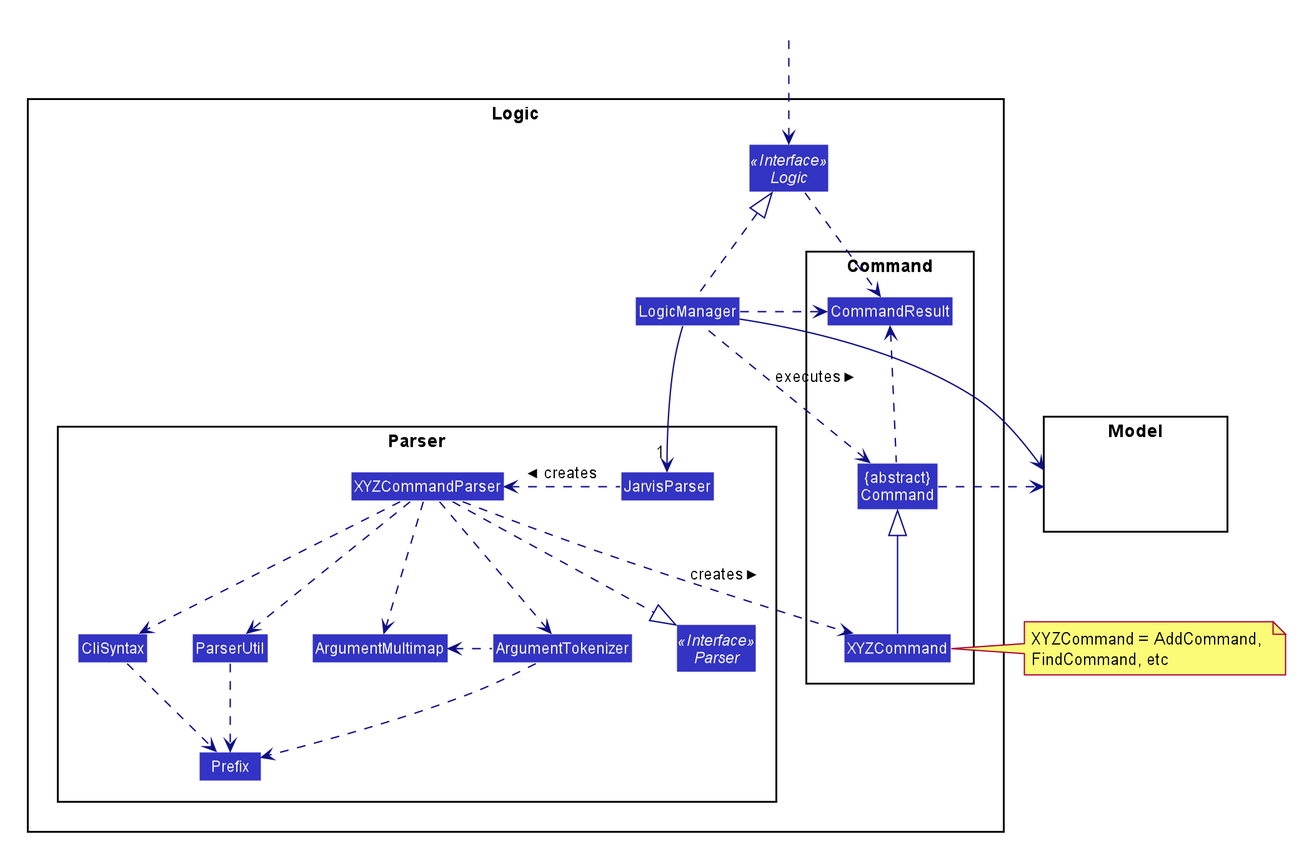
This is docs/images/LogicClassDiagram.png from nus-cs2103-AY1920S1/addressbook-level3, a PlantUML export, as it was before one commit. Its diagram source:
```plantuml
@startuml








skinparam BackgroundColor #FFFFFFF

skinparam Shadowing false

skinparam Class {
    FontColor #FFFFFF
    BorderThickness 1
    BorderColor #FFFFFF
    StereotypeFontColor #FFFFFF
    FontName Arial
}

skinparam Actor {
    BorderColor #000000
    Color #000000
    FontName Arial
}

skinparam Sequence {
    MessageAlign center
    BoxFontSize 15
    BoxPadding 0
    BoxFontColor #FFFFFF
    FontName Arial
}

skinparam Participant {
    FontColor #FFFFFFF
    Padding 20
}

skinparam MinClassWidth 50
skinparam ParticipantPadding 10
skinparam Shadowing false
skinparam DefaultTextAlignment center
skinparam packageStyle Rectangle

hide footbox
hide members
hide circle
skinparam arrowThickness 1.1
skinparam arrowColor #101086
skinparam classBackgroundColor #3333C4

package Logic {

package Parser {
Interface Parser <<Interface>>
Class JarvisParser
Class XYZCommandParser
Class CliSyntax
Class ParserUtil
Class ArgumentMultimap
Class ArgumentTokenizer
Class Prefix
}

package Command {
Class XYZCommand
Class CommandResult
Class "{abstract}\nCommand" as Command
}

Interface Logic <<Interface>>
Class LogicManager
}

package Model{
Class HiddenModel #FFFFFF
}

Class HiddenOutside #FFFFFF
HiddenOutside ..> Logic

LogicManager .up.|> Logic
LogicManager -->"1" JarvisParser
JarvisParser .left.> XYZCommandParser: creates >

XYZCommandParser ..> XYZCommand : creates >
XYZCommandParser ..|> Parser
XYZCommandParser ..> ArgumentMultimap
XYZCommandParser ..> ArgumentTokenizer
ArgumentTokenizer .left.> ArgumentMultimap
XYZCommandParser ..> CliSyntax
CliSyntax ..> Prefix
XYZCommandParser ..> ParserUtil
ParserUtil .down.> Prefix
ArgumentTokenizer .down.> Prefix
XYZCommand -up-|> Command
LogicManager .left.> Command : executes >

LogicManager --> Model
Command .right.> Model
note right of XYZCommand: XYZCommand = AddCommand, \nFindCommand, etc

Logic ..> CommandResult
LogicManager .down.> CommandResult
Command .up.> CommandResult
CommandResult -[hidden]-> Parser
@enduml
```
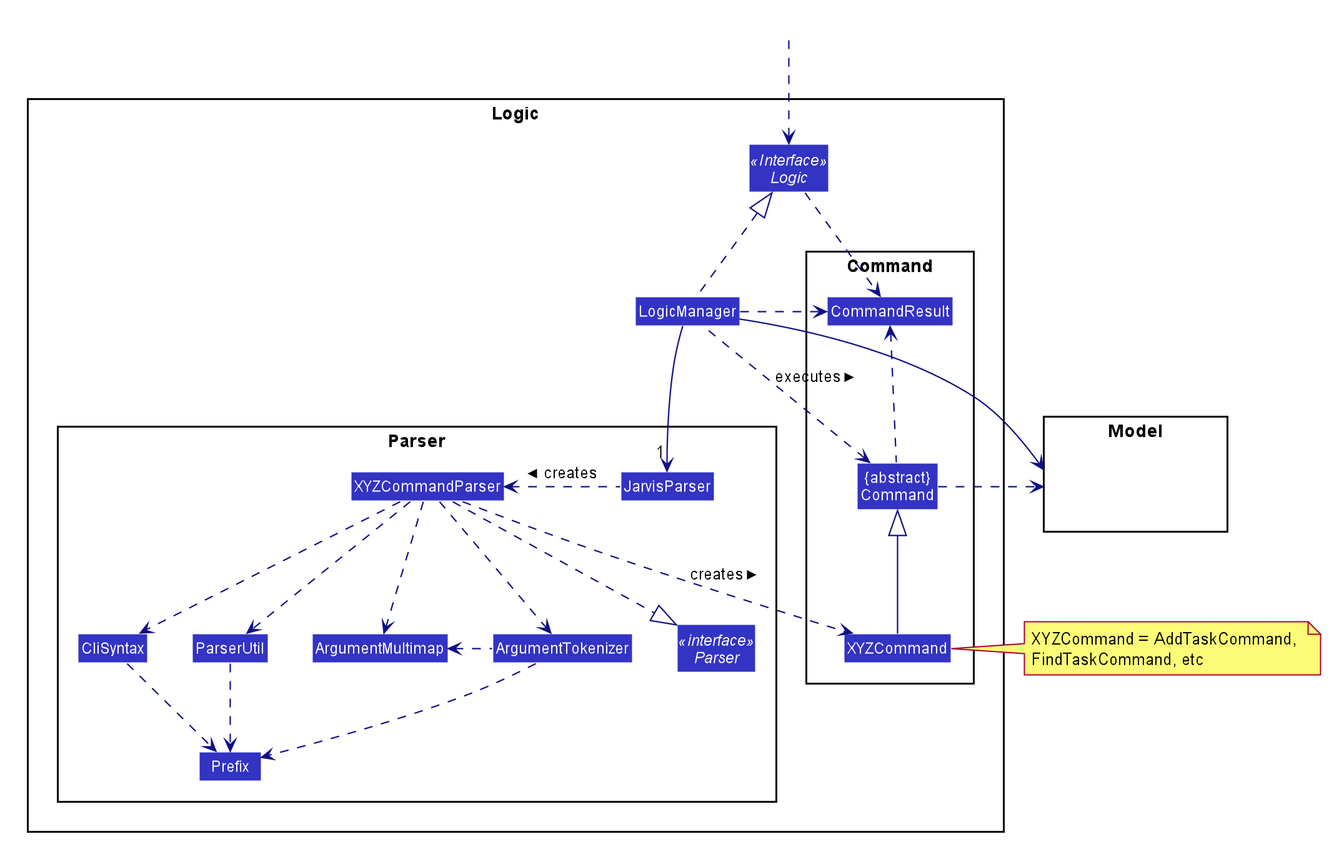
After the change.

Commit message:
Update logic class diagram

What changed in the source:
```diff
@@ -17,6 +17,7 @@
     BorderColor #FFFFFF
     StereotypeFontColor #FFFFFF
     FontName Arial
+    ClassAttributeFontColor #FFFFFFF
 }
 
 skinparam Actor {
@@ -45,16 +46,16 @@
 skinparam packageStyle Rectangle
 
 hide footbox
-hide members
 hide circle
 skinparam arrowThickness 1.1
 skinparam arrowColor #101086
 skinparam classBackgroundColor #3333C4
+hide members
 
 package Logic {
 
 package Parser {
-Interface Parser <<Interface>>
+Interface Parser <<interface>>
 Class JarvisParser
 Class XYZCommandParser
 Class CliSyntax
@@ -85,8 +86,8 @@
 LogicManager -->"1" JarvisParser
 JarvisParser .left.> XYZCommandParser: creates >
 
+XYZCommandParser ..|> Parser
 XYZCommandParser ..> XYZCommand : creates >
-XYZCommandParser ..|> Parser
 XYZCommandParser ..> ArgumentMultimap
 XYZCommandParser ..> ArgumentTokenizer
 ArgumentTokenizer .left.> ArgumentMultimap
@@ -100,7 +101,7 @@
 
 LogicManager --> Model
 Command .right.> Model
-note right of XYZCommand: XYZCommand = AddCommand, \nFindCommand, etc
+note right of XYZCommand: XYZCommand = AddTaskCommand, \nFindTaskCommand, etc
 
 Logic ..> CommandResult
 LogicManager .down.> CommandResult
```
